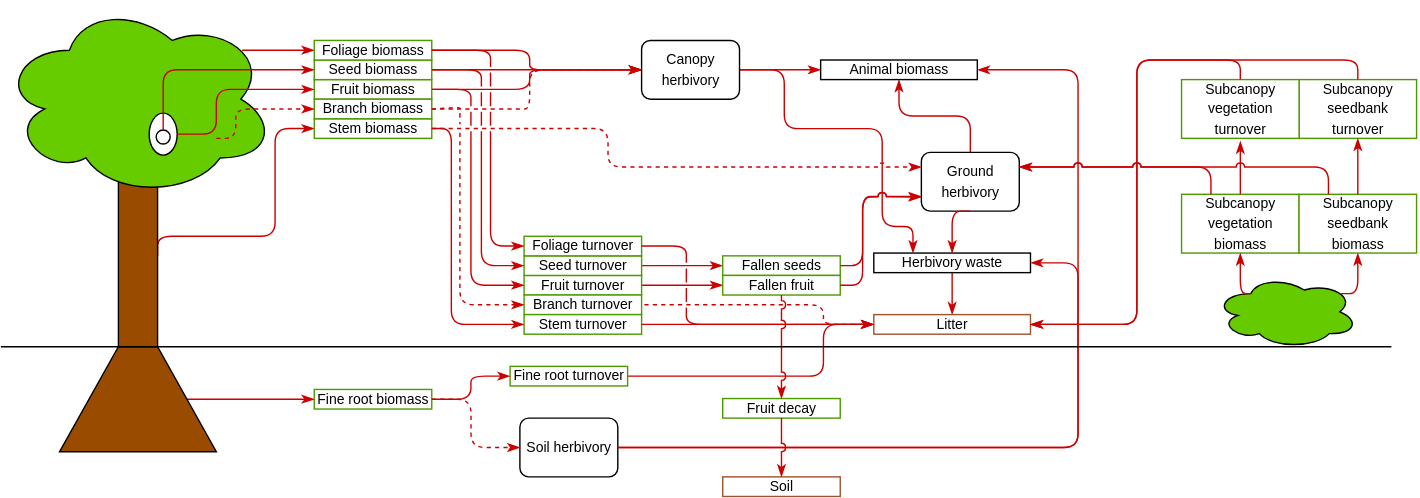
This is docs/source/_static/images/plant_model_biomass_flows.svg from ImperialCollegeLondon/virtual_ecosystem, a draw.io export, as it was before one commit. Source tidied: cells renumbered, new cells last; positions are measured from the earlier drawing's top-left corner, leaving out a move shared by most shapes.
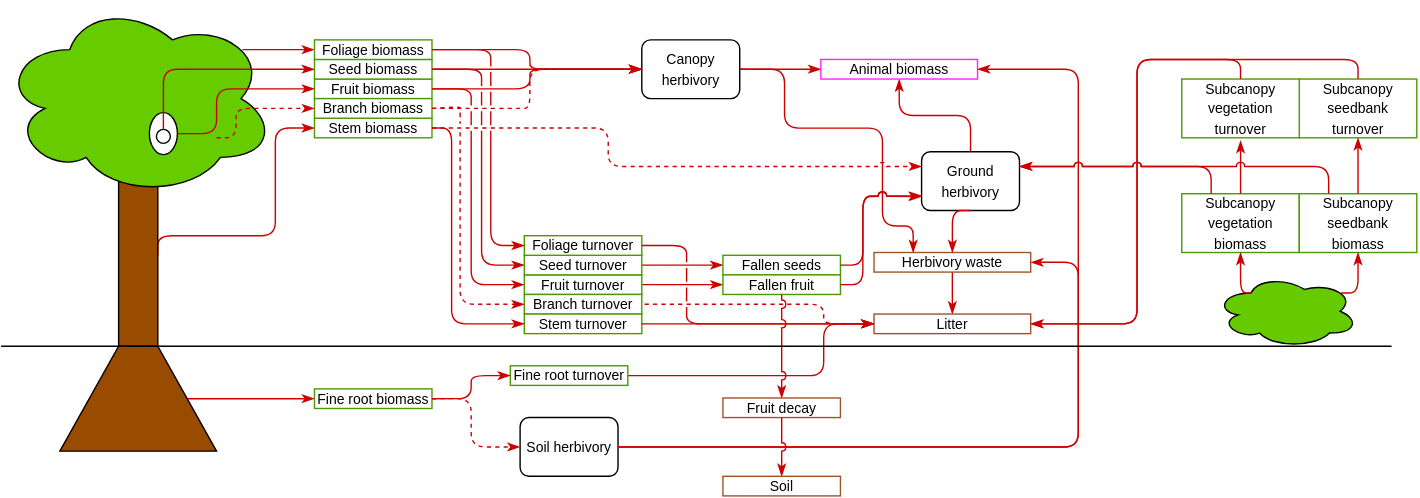
After the commit.

Commit message:
Also updated plant resources figure and caption, so that colour coding is clearer

What changed in the source:
```diff
@@ -106,7 +106,7 @@
     <mxCell id="27" style="edgeStyle=orthogonalEdgeStyle;shape=connector;rounded=0;jettySize=auto;html=1;exitX=0.5;exitY=1;exitDx=0;exitDy=0;entryX=0.5;entryY=0;entryDx=0;entryDy=0;strokeColor=#CC0000;align=center;verticalAlign=middle;fontFamily=Helvetica;fontSize=11;fontColor=default;labelBackgroundColor=default;endArrow=classicThin;endFill=1;" parent="1" edge="1" source="28" target="37">
       <mxGeometry relative="1" as="geometry" />
     </mxCell>
-    <mxCell id="28" value="&lt;font size=&quot;1&quot;&gt;Herbivory waste&lt;/font&gt;" style="rounded=0;whiteSpace=wrap;html=1;" parent="1" vertex="1">
+    <mxCell id="28" value="&lt;font size=&quot;1&quot;&gt;Herbivory waste&lt;/font&gt;" style="rounded=0;whiteSpace=wrap;html=1;strokeColor=light-dark(#a0552c, #ededed);" parent="1" vertex="1">
       <mxGeometry x="624" y="180" width="112" height="14" as="geometry" />
     </mxCell>
     <mxCell id="29" style="edgeStyle=orthogonalEdgeStyle;shape=connector;rounded=0;jettySize=auto;html=1;exitX=1;exitY=0.5;exitDx=0;exitDy=0;entryX=0;entryY=0.5;entryDx=0;entryDy=0;strokeColor=#CC0000;align=center;verticalAlign=middle;fontFamily=Helvetica;fontSize=11;fontColor=default;labelBackgroundColor=default;endArrow=classicThin;endFill=1;" parent="1" edge="1" source="31" target="35">
@@ -139,7 +139,7 @@
         </Array>
       </mxGeometry>
     </mxCell>
-    <mxCell id="35" value="&lt;font size=&quot;1&quot;&gt;Animal biomass&lt;/font&gt;" style="rounded=0;whiteSpace=wrap;html=1;" parent="1" vertex="1">
+    <mxCell id="35" value="&lt;font size=&quot;1&quot;&gt;Animal biomass&lt;/font&gt;" style="rounded=0;whiteSpace=wrap;html=1;strokeColor=light-dark(#ff23f7, #ededed);" parent="1" vertex="1">
       <mxGeometry x="586" y="42" width="112" height="14" as="geometry" />
     </mxCell>
     <mxCell id="36" style="edgeStyle=orthogonalEdgeStyle;shape=connector;rounded=1;jettySize=auto;html=1;exitX=1;exitY=0.5;exitDx=0;exitDy=0;entryX=0;entryY=0.5;entryDx=0;entryDy=0;strokeColor=#CC0000;align=center;verticalAlign=middle;fontFamily=Helvetica;fontSize=11;fontColor=default;labelBackgroundColor=default;endArrow=classicThin;endFill=1;curved=0;" parent="1" edge="1" source="21" target="31">
@@ -234,7 +234,7 @@
         </Array>
       </mxGeometry>
     </mxCell>
-    <mxCell id="51" value="&lt;font size=&quot;1&quot;&gt;Fruit decay&lt;/font&gt;" style="rounded=0;whiteSpace=wrap;html=1;strokeColor=#4D9900;" parent="1" vertex="1">
+    <mxCell id="51" value="&lt;font size=&quot;1&quot;&gt;Fruit decay&lt;/font&gt;" style="rounded=0;whiteSpace=wrap;html=1;strokeColor=light-dark(#a0522c, #589916);" parent="1" vertex="1">
       <mxGeometry x="516" y="284" width="84" height="14" as="geometry" />
     </mxCell>
     <mxCell id="52" value="&lt;font size=&quot;1&quot;&gt;Soil&lt;/font&gt;" style="rounded=0;whiteSpace=wrap;html=1;strokeColor=light-dark(#a0522c, #589916);" parent="1" vertex="1">
```
